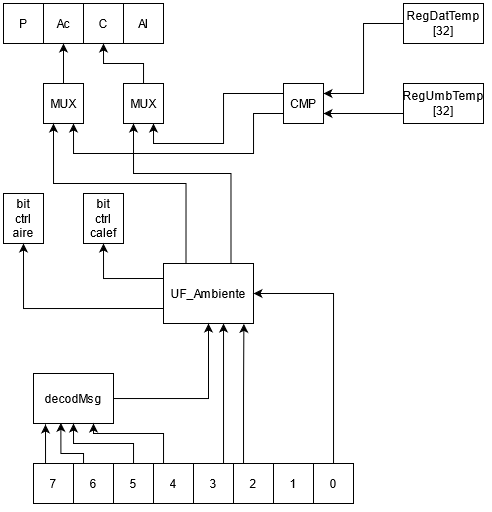
Above: fpga/doc/DataPaths/UFAmbiente.png in Xayiide/CDIoT (draw.io), before the change. Source tidied: cells renumbered, new cells last; positions are measured from the earlier drawing's top-left corner, leaving out a move shared by most shapes. Its diagram source:
```xml
<mxGraphModel>
  <root>
    <mxCell id="0" />
    <mxCell id="1" parent="0" />
    <mxCell id="2" value="P" style="rounded=0;whiteSpace=wrap;html=1;" parent="1" vertex="1">
      <mxGeometry width="40" height="40" as="geometry" />
    </mxCell>
    <mxCell id="3" value="Ac" style="rounded=0;whiteSpace=wrap;html=1;" parent="1" vertex="1">
      <mxGeometry x="40" width="40" height="40" as="geometry" />
    </mxCell>
    <mxCell id="4" value="C" style="rounded=0;whiteSpace=wrap;html=1;" parent="1" vertex="1">
      <mxGeometry x="80" width="40" height="40" as="geometry" />
    </mxCell>
    <mxCell id="5" value="Al" style="rounded=0;whiteSpace=wrap;html=1;" parent="1" vertex="1">
      <mxGeometry x="120" width="40" height="40" as="geometry" />
    </mxCell>
    <mxCell id="6" style="edgeStyle=orthogonalEdgeStyle;rounded=0;jettySize=auto;html=1;entryX=1;entryY=0.25;entryDx=0;entryDy=0;" parent="1" edge="1" source="7" target="12">
      <mxGeometry relative="1" as="geometry" />
    </mxCell>
    <mxCell id="7" value="RegDatTemp&lt;br&gt;[32]" style="rounded=0;whiteSpace=wrap;html=1;" parent="1" vertex="1">
      <mxGeometry x="400" width="80" height="40" as="geometry" />
    </mxCell>
    <mxCell id="8" style="edgeStyle=orthogonalEdgeStyle;rounded=0;jettySize=auto;html=1;entryX=1;entryY=0.75;entryDx=0;entryDy=0;" parent="1" edge="1" source="9" target="12">
      <mxGeometry relative="1" as="geometry">
        <Array as="points">
          <mxPoint x="390" y="110" />
          <mxPoint x="390" y="110" />
        </Array>
      </mxGeometry>
    </mxCell>
    <mxCell id="9" value="&lt;div&gt;RegUmbTemp&lt;/div&gt;&lt;div&gt;[32]&lt;br&gt;&lt;/div&gt;" style="rounded=0;whiteSpace=wrap;html=1;" parent="1" vertex="1">
      <mxGeometry x="400" y="80" width="80" height="40" as="geometry" />
    </mxCell>
    <mxCell id="10" style="edgeStyle=orthogonalEdgeStyle;rounded=0;jettySize=auto;html=1;exitX=0;exitY=0.25;exitDx=0;exitDy=0;entryX=0.75;entryY=1;entryDx=0;entryDy=0;" parent="1" edge="1" source="12" target="14">
      <mxGeometry relative="1" as="geometry" />
    </mxCell>
    <mxCell id="11" style="edgeStyle=orthogonalEdgeStyle;rounded=0;jettySize=auto;html=1;exitX=0;exitY=0.75;exitDx=0;exitDy=0;entryX=0.75;entryY=1;entryDx=0;entryDy=0;" parent="1" edge="1" source="12" target="16">
      <mxGeometry relative="1" as="geometry">
        <Array as="points">
          <mxPoint x="250" y="110" />
          <mxPoint x="250" y="150" />
          <mxPoint x="70" y="150" />
        </Array>
      </mxGeometry>
    </mxCell>
    <mxCell id="12" value="CMP" style="rounded=0;whiteSpace=wrap;html=1;" parent="1" vertex="1">
      <mxGeometry x="280" y="80" width="40" height="40" as="geometry" />
    </mxCell>
    <mxCell id="13" style="edgeStyle=orthogonalEdgeStyle;rounded=0;jettySize=auto;html=1;entryX=0.5;entryY=1;entryDx=0;entryDy=0;" parent="1" edge="1" source="14" target="4">
      <mxGeometry relative="1" as="geometry" />
    </mxCell>
    <mxCell id="14" value="MUX" style="rounded=0;whiteSpace=wrap;html=1;" parent="1" vertex="1">
      <mxGeometry x="120" y="80" width="40" height="40" as="geometry" />
    </mxCell>
    <mxCell id="15" style="edgeStyle=orthogonalEdgeStyle;rounded=0;jettySize=auto;html=1;entryX=0.5;entryY=1;entryDx=0;entryDy=0;" parent="1" edge="1" source="16" target="3">
      <mxGeometry relative="1" as="geometry" />
    </mxCell>
    <mxCell id="16" value="&lt;div&gt;MUX&lt;/div&gt;" style="rounded=0;whiteSpace=wrap;html=1;" parent="1" vertex="1">
      <mxGeometry x="40" y="80" width="40" height="40" as="geometry" />
    </mxCell>
    <mxCell id="17" value="bit&lt;br&gt;ctrl&lt;br&gt;aire" style="rounded=0;whiteSpace=wrap;html=1;" parent="1" vertex="1">
      <mxGeometry y="190" width="40" height="50" as="geometry" />
    </mxCell>
    <mxCell id="18" value="bit&lt;br&gt;ctrl&lt;br&gt;calef" style="rounded=0;whiteSpace=wrap;html=1;" parent="1" vertex="1">
      <mxGeometry x="80" y="190" width="40" height="50" as="geometry" />
    </mxCell>
    <mxCell id="19" style="edgeStyle=orthogonalEdgeStyle;rounded=0;jettySize=auto;html=1;exitX=0;exitY=0.25;exitDx=0;exitDy=0;entryX=0.5;entryY=1;entryDx=0;entryDy=0;" parent="1" edge="1" source="23" target="18">
      <mxGeometry relative="1" as="geometry" />
    </mxCell>
    <mxCell id="20" style="edgeStyle=orthogonalEdgeStyle;rounded=0;jettySize=auto;html=1;exitX=0;exitY=0.75;exitDx=0;exitDy=0;entryX=0.5;entryY=1;entryDx=0;entryDy=0;" parent="1" edge="1" source="23" target="17">
      <mxGeometry relative="1" as="geometry" />
    </mxCell>
    <mxCell id="21" style="edgeStyle=orthogonalEdgeStyle;rounded=0;jettySize=auto;html=1;exitX=0.25;exitY=0;exitDx=0;exitDy=0;entryX=0.25;entryY=1;entryDx=0;entryDy=0;" parent="1" edge="1" source="23" target="16">
      <mxGeometry relative="1" as="geometry">
        <Array as="points">
          <mxPoint x="182" y="180" />
          <mxPoint x="50" y="180" />
        </Array>
      </mxGeometry>
    </mxCell>
    <mxCell id="22" style="edgeStyle=orthogonalEdgeStyle;rounded=0;jettySize=auto;html=1;exitX=0.75;exitY=0;exitDx=0;exitDy=0;entryX=0.25;entryY=1;entryDx=0;entryDy=0;" parent="1" edge="1" source="23" target="14">
      <mxGeometry relative="1" as="geometry">
        <Array as="points">
          <mxPoint x="228" y="170" />
          <mxPoint x="130" y="170" />
        </Array>
      </mxGeometry>
    </mxCell>
    <mxCell id="23" value="&lt;div&gt;UF_Ambiente&lt;/div&gt;" style="rounded=0;whiteSpace=wrap;html=1;" parent="1" vertex="1">
      <mxGeometry x="160" y="260" width="90" height="60" as="geometry" />
    </mxCell>
    <mxCell id="24" style="edgeStyle=orthogonalEdgeStyle;rounded=0;jettySize=auto;html=1;entryX=0.5;entryY=1;entryDx=0;entryDy=0;" parent="1" edge="1" source="25" target="23">
      <mxGeometry relative="1" as="geometry" />
    </mxCell>
    <mxCell id="25" value="decodMsg" style="rounded=0;whiteSpace=wrap;html=1;" parent="1" vertex="1">
      <mxGeometry x="30" y="370" width="80" height="50" as="geometry" />
    </mxCell>
    <mxCell id="26" style="edgeStyle=orthogonalEdgeStyle;rounded=0;jettySize=auto;html=1;entryX=0.15;entryY=1.02;entryDx=0;entryDy=0;entryPerimeter=0;" parent="1" edge="1" source="27" target="25">
      <mxGeometry relative="1" as="geometry">
        <Array as="points">
          <mxPoint x="42" y="450" />
          <mxPoint x="42" y="450" />
        </Array>
      </mxGeometry>
    </mxCell>
    <mxCell id="27" value="7" style="rounded=0;whiteSpace=wrap;html=1;" parent="1" vertex="1">
      <mxGeometry x="30" y="460" width="40" height="40" as="geometry" />
    </mxCell>
    <mxCell id="28" style="edgeStyle=orthogonalEdgeStyle;rounded=0;jettySize=auto;html=1;entryX=0.342;entryY=0.987;entryDx=0;entryDy=0;entryPerimeter=0;" parent="1" edge="1" source="29" target="25">
      <mxGeometry relative="1" as="geometry">
        <Array as="points">
          <mxPoint x="80" y="450" />
          <mxPoint x="57" y="450" />
        </Array>
      </mxGeometry>
    </mxCell>
    <mxCell id="29" value="6" style="rounded=0;whiteSpace=wrap;html=1;" parent="1" vertex="1">
      <mxGeometry x="70" y="460" width="40" height="40" as="geometry" />
    </mxCell>
    <mxCell id="30" style="edgeStyle=orthogonalEdgeStyle;rounded=0;jettySize=auto;html=1;entryX=0.5;entryY=1;entryDx=0;entryDy=0;" parent="1" edge="1" source="31" target="25">
      <mxGeometry relative="1" as="geometry">
        <Array as="points">
          <mxPoint x="130" y="440" />
          <mxPoint x="70" y="440" />
        </Array>
      </mxGeometry>
    </mxCell>
    <mxCell id="31" value="5" style="rounded=0;whiteSpace=wrap;html=1;" parent="1" vertex="1">
      <mxGeometry x="110" y="460" width="40" height="40" as="geometry" />
    </mxCell>
    <mxCell id="32" style="edgeStyle=orthogonalEdgeStyle;rounded=0;jettySize=auto;html=1;entryX=0.75;entryY=1;entryDx=0;entryDy=0;" parent="1" edge="1" source="33" target="25">
      <mxGeometry relative="1" as="geometry">
        <Array as="points">
          <mxPoint x="160" y="430" />
          <mxPoint x="90" y="430" />
        </Array>
      </mxGeometry>
    </mxCell>
    <mxCell id="33" value="4" style="rounded=0;whiteSpace=wrap;html=1;" parent="1" vertex="1">
      <mxGeometry x="150" y="460" width="40" height="40" as="geometry" />
    </mxCell>
    <mxCell id="34" style="edgeStyle=orthogonalEdgeStyle;rounded=0;jettySize=auto;html=1;entryX=0.667;entryY=1;entryDx=0;entryDy=0;entryPerimeter=0;" parent="1" edge="1" source="35" target="23">
      <mxGeometry relative="1" as="geometry">
        <Array as="points">
          <mxPoint x="220" y="420" />
          <mxPoint x="220" y="420" />
        </Array>
      </mxGeometry>
    </mxCell>
    <mxCell id="35" value="3" style="rounded=0;whiteSpace=wrap;html=1;" parent="1" vertex="1">
      <mxGeometry x="190" y="460" width="40" height="40" as="geometry" />
    </mxCell>
    <mxCell id="36" style="edgeStyle=orthogonalEdgeStyle;rounded=0;jettySize=auto;html=1;entryX=0.893;entryY=1.006;entryDx=0;entryDy=0;entryPerimeter=0;" parent="1" edge="1" source="37" target="23">
      <mxGeometry relative="1" as="geometry">
        <Array as="points">
          <mxPoint x="240" y="390" />
          <mxPoint x="240" y="390" />
        </Array>
      </mxGeometry>
    </mxCell>
    <mxCell id="37" value="2" style="rounded=0;whiteSpace=wrap;html=1;" parent="1" vertex="1">
      <mxGeometry x="230" y="460" width="40" height="40" as="geometry" />
    </mxCell>
    <mxCell id="38" value="1" style="rounded=0;whiteSpace=wrap;html=1;" parent="1" vertex="1">
      <mxGeometry x="270" y="460" width="40" height="40" as="geometry" />
    </mxCell>
    <mxCell id="39" style="edgeStyle=orthogonalEdgeStyle;rounded=0;jettySize=auto;html=1;entryX=1;entryY=0.5;entryDx=0;entryDy=0;" parent="1" edge="1" source="40" target="23">
      <mxGeometry relative="1" as="geometry">
        <Array as="points">
          <mxPoint x="330" y="290" />
        </Array>
      </mxGeometry>
    </mxCell>
    <mxCell id="40" value="0" style="rounded=0;whiteSpace=wrap;html=1;" parent="1" vertex="1">
      <mxGeometry x="310" y="460" width="40" height="40" as="geometry" />
    </mxCell>
  </root>
</mxGraphModel>
```
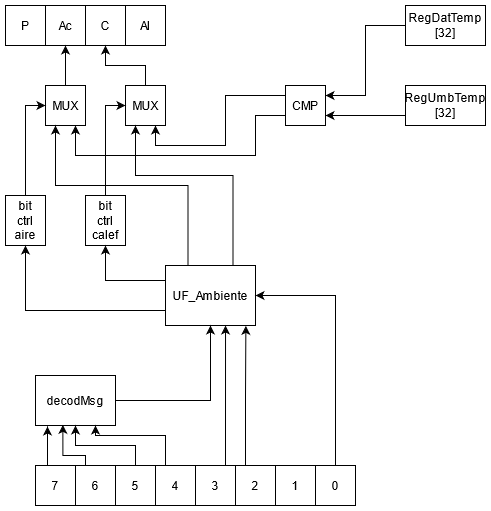
Above is the later version.

The edit, as a diff of the source:
```diff
@@ -61,6 +61,9 @@
     <mxCell id="17" value="bit&lt;br&gt;ctrl&lt;br&gt;aire" style="rounded=0;whiteSpace=wrap;html=1;" parent="1" vertex="1">
       <mxGeometry y="190" width="40" height="50" as="geometry" />
     </mxCell>
+    <mxCell id="41" style="edgeStyle=orthogonalEdgeStyle;rounded=0;jettySize=auto;html=1;entryX=0;entryY=0.5;entryDx=0;entryDy=0;" parent="1" edge="1" source="18" target="14">
+      <mxGeometry relative="1" as="geometry" />
+    </mxCell>
     <mxCell id="18" value="bit&lt;br&gt;ctrl&lt;br&gt;calef" style="rounded=0;whiteSpace=wrap;html=1;" parent="1" vertex="1">
       <mxGeometry x="80" y="190" width="40" height="50" as="geometry" />
     </mxCell>
@@ -174,5 +177,12 @@
     <mxCell id="40" value="0" style="rounded=0;whiteSpace=wrap;html=1;" parent="1" vertex="1">
       <mxGeometry x="310" y="460" width="40" height="40" as="geometry" />
     </mxCell>
+    <mxCell id="42" style="endArrow=classic;html=1;entryX=0;entryY=0.5;entryDx=0;entryDy=0;exitX=0.5;exitY=0;exitDx=0;exitDy=0;rounded=0;" parent="1" edge="1" source="17" target="16">
+      <mxGeometry relative="1" as="geometry">
+        <Array as="points">
+          <mxPoint x="20" y="100" />
+        </Array>
+      </mxGeometry>
+    </mxCell>
   </root>
 </mxGraphModel>
```
